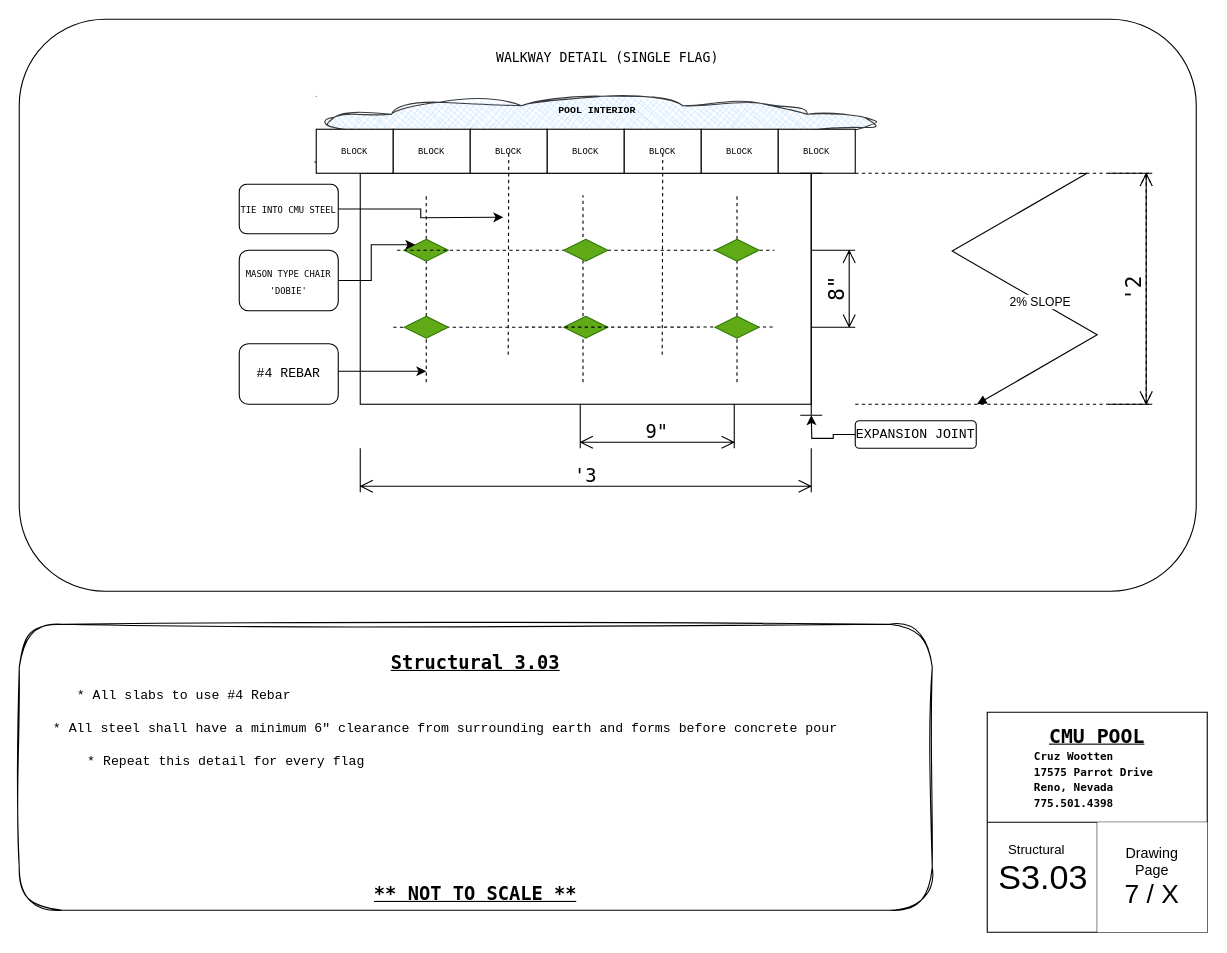
Earlier version of the draw.io diagram S303.drawio (LilWikipedia/parrotpool). Source tidied: cells renumbered, new cells numbered last; positions are measured from the earlier drawing's top-left corner, leaving out a move shared by most shapes. Both pictures are drawn from the tidied source at 110%, with x=0, y=0 at pixel (19, 19).
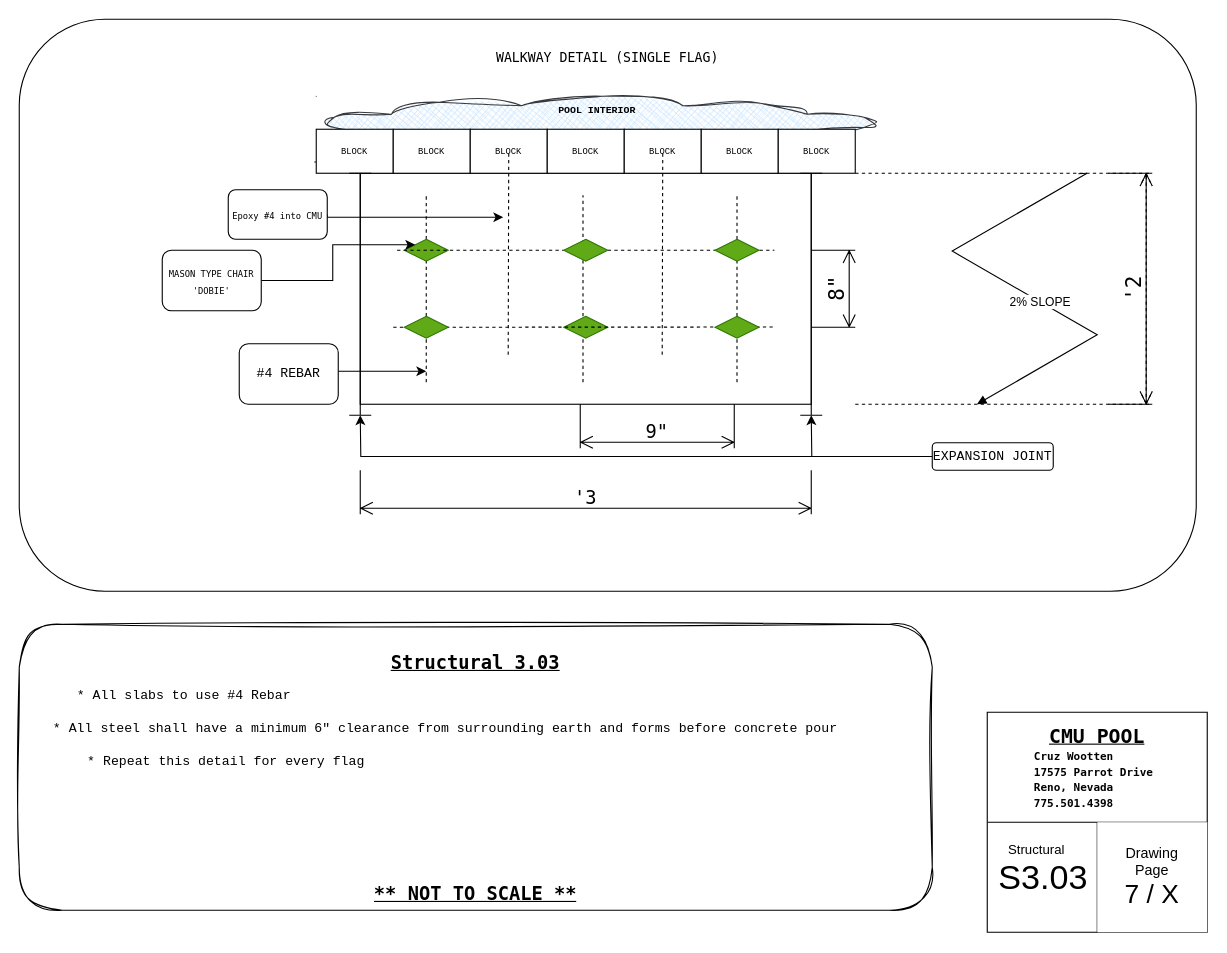
The same diagram, later.

Change to the diagram source:
```diff
@@
     <mxCell id="32" value="&lt;font face=&quot;Lucida Console&quot;&gt;&lt;span style=&quot;font-size: 8px;&quot;&gt;MASON TYPE CHAIR 'DOBIE'&lt;/span&gt;&lt;/font&gt;" style="rounded=1;whiteSpace=wrap;html=1;" parent="1" vertex="1">
-      <mxGeometry x="200" y="210" width="90" height="55" as="geometry" />
+      <mxGeometry x="130" y="210" width="90" height="55" as="geometry" />
     </mxCell>
@@
     <mxCell id="35" value="&lt;font face=&quot;Lucida Console&quot; style=&quot;font-size: 17px;&quot;&gt;'3&lt;/font&gt;" style="shape=dimension;whiteSpace=wrap;html=1;align=center;verticalAlign=bottom;spacingBottom=3;labelBackgroundColor=none;" parent="1" vertex="1">
-      <mxGeometry x="310" y="390" width="410" height="40" as="geometry" />
+      <mxGeometry x="310" y="410" width="410" height="40" as="geometry" />
     </mxCell>
@@
+    <mxCell id="59" style="edgeStyle=orthogonalEdgeStyle;rounded=0;jettySize=auto;html=1;" parent="1" edge="1" source="50">
+      <mxGeometry relative="1" as="geometry">
+        <mxPoint x="310" y="360" as="targetPoint" />
+      </mxGeometry>
+    </mxCell>
     <mxCell id="50" value="&lt;pre&gt;EXPANSION JOINT&lt;/pre&gt;" style="rounded=1;whiteSpace=wrap;html=1;" parent="1" vertex="1">
-      <mxGeometry x="760" y="365" width="110" height="25" as="geometry" />
+      <mxGeometry x="830" y="385" width="110" height="25" as="geometry" />
     </mxCell>
@@
-    <mxCell id="57" style="edgeStyle=orthogonalEdgeStyle;rounded=0;jettySize=auto;html=1;" parent="1" edge="1" source="58">
+    <mxCell id="57" style="edgeStyle=orthogonalEdgeStyle;rounded=0;jettySize=auto;html=1;exitX=1;exitY=0.5;exitDx=0;exitDy=0;" parent="1" edge="1" source="58">
       <mxGeometry relative="1" as="geometry">
         <mxPoint x="440" y="180" as="targetPoint" />
+        <Array as="points">
+          <mxPoint x="250" y="180" />
+          <mxPoint x="380" y="180" />
+          <mxPoint x="380" y="181" />
+        </Array>
       </mxGeometry>
     </mxCell>
-    <mxCell id="58" value="&lt;font face=&quot;Lucida Console&quot;&gt;&lt;span style=&quot;font-size: 8px;&quot;&gt;TIE INTO CMU STEEL&lt;/span&gt;&lt;/font&gt;" style="rounded=1;whiteSpace=wrap;html=1;" parent="1" vertex="1">
-      <mxGeometry x="200" y="150" width="90" height="45" as="geometry" />
+    <mxCell id="58" value="&lt;font face=&quot;Lucida Console&quot;&gt;&lt;span style=&quot;font-size: 8px;&quot;&gt;Epoxy #4 into CMU&lt;/span&gt;&lt;/font&gt;" style="rounded=1;whiteSpace=wrap;html=1;" parent="1" vertex="1">
+      <mxGeometry x="190" y="155" width="90" height="45" as="geometry" />
     </mxCell>
+    <mxCell id="60" style="shape=crossbar;whiteSpace=wrap;html=1;rounded=1;direction=south;" parent="1" vertex="1">
+      <mxGeometry x="300" y="140" width="20" height="220" as="geometry" />
+    </mxCell>
```
